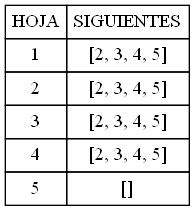
Above: SIGUIENTES_201903004/SiguientesRegEx3.png in jona1403/Analizador-de-expresiones-1 (Graphviz), before the change. Its source is kept beside it as SIGUIENTES_201903004/SiguientesRegEx3.dot.
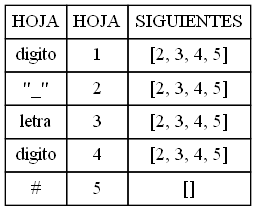
The same diagram one commit later.

The edit, as a diff of the source:
```diff
@@ -1,4 +1,4 @@
  digraph html {
 abc [shape=none, margin=0, label=<
-<TABLE BORDER="0" CELLBORDER="1" CELLSPACING="0" CELLPADDING="4"><tr><td>HOJA</td><td>SIGUIENTES</td></tr><tr><td>1</td><td>[2, 3, 4, 5]</td></tr><tr><td>2</td><td>[2, 3, 4, 5]</td></tr><tr><td>3</td><td>[2, 3, 4, 5]</td></tr><tr><td>4</td><td>[2, 3, 4, 5]</td></tr><tr><td>5</td><td>[]</td></tr></TABLE>>];
+<TABLE BORDER="0" CELLBORDER="1" CELLSPACING="0" CELLPADDING="4"><tr><td>HOJA</td><td>HOJA</td><td>SIGUIENTES</td></tr><tr><td>digito</td><td>1</td><td>[2, 3, 4, 5]</td></tr><tr><td>"_"</td><td>2</td><td>[2, 3, 4, 5]</td></tr><tr><td>letra</td><td>3</td><td>[2, 3, 4, 5]</td></tr><tr><td>digito</td><td>4</td><td>[2, 3, 4, 5]</td></tr><tr><td>#</td><td>5</td><td>[]</td></tr></TABLE>>];
 }
```
